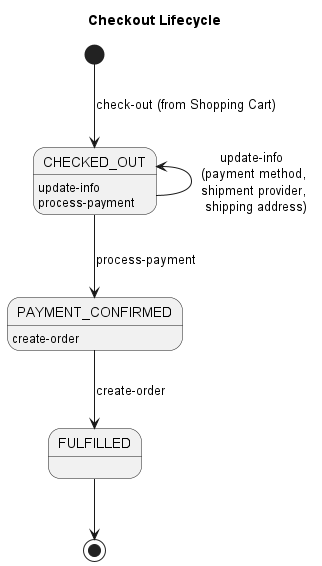
Before: docs/design/order-flows/imgs/Checkout Lifecycle.png, a diagram exported from PlantUML (nashtech-garage/yas). Its diagram source:
```plantuml
@startuml Checkout Lifecycle

title Checkout Lifecycle
[*] --> CHECKED_OUT : check-out (from Shopping Cart)
CHECKED_OUT -down-> PAYMENT_CONFIRMED: process-payment
CHECKED_OUT -up-> CHECKED_OUT: update-info \n (payment method, \n shipment provider, \n shipping address)
PAYMENT_CONFIRMED -down-> FULFILLED: create-order
FULFILLED -down-> [*]

CHECKED_OUT: update-info
CHECKED_OUT: process-payment
PAYMENT_CONFIRMED: create-order

@enduml
```
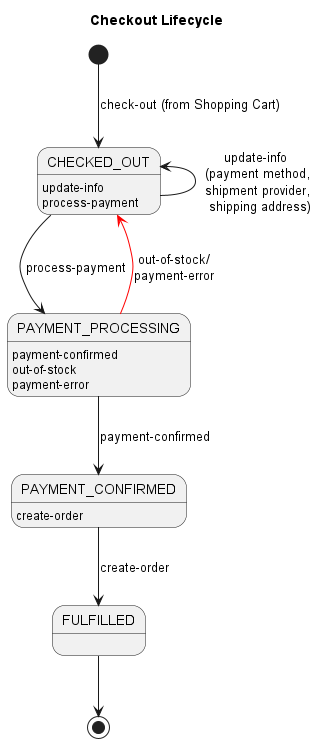
The same diagram one commit later.

Commit message:
Update Stock before payment

Change to the diagram source:
```diff
@@ -2,13 +2,18 @@
 
 title Checkout Lifecycle
 [*] --> CHECKED_OUT : check-out (from Shopping Cart)
-CHECKED_OUT -down-> PAYMENT_CONFIRMED: process-payment
 CHECKED_OUT -up-> CHECKED_OUT: update-info \n (payment method, \n shipment provider, \n shipping address)
+CHECKED_OUT -down-> PAYMENT_PROCESSING: process-payment
+PAYMENT_PROCESSING -down-> PAYMENT_CONFIRMED: payment-confirmed
+PAYMENT_PROCESSING -[#red]-> CHECKED_OUT: out-of-stock/\npayment-error
 PAYMENT_CONFIRMED -down-> FULFILLED: create-order
 FULFILLED -down-> [*]
 
 CHECKED_OUT: update-info
 CHECKED_OUT: process-payment
+PAYMENT_PROCESSING: payment-confirmed
+PAYMENT_PROCESSING: out-of-stock
+PAYMENT_PROCESSING: payment-error
 PAYMENT_CONFIRMED: create-order
 
 @enduml
```
